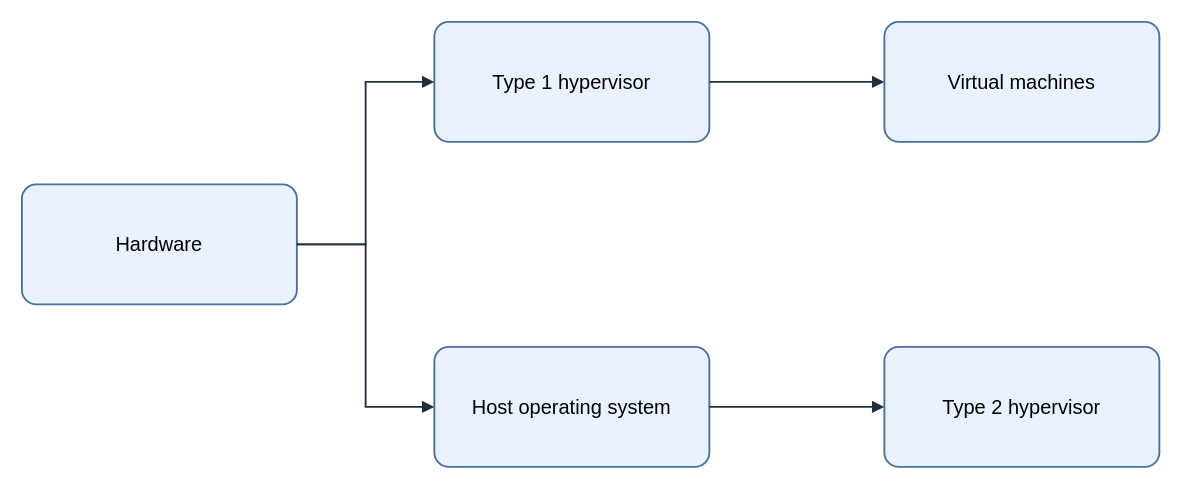
Before: assets/img/virtualization/type1-type2-hypervisor.drawio in KKamJi98/kkamji98.github.io, a draw.io diagram. Source tidied: cells renumbered, new cells numbered last; positions are measured from the earlier drawing's top-left corner, leaving out a move shared by most shapes. Both pictures are drawn from the tidied source at 125%, with x=0, y=0 at pixel (21, 21).
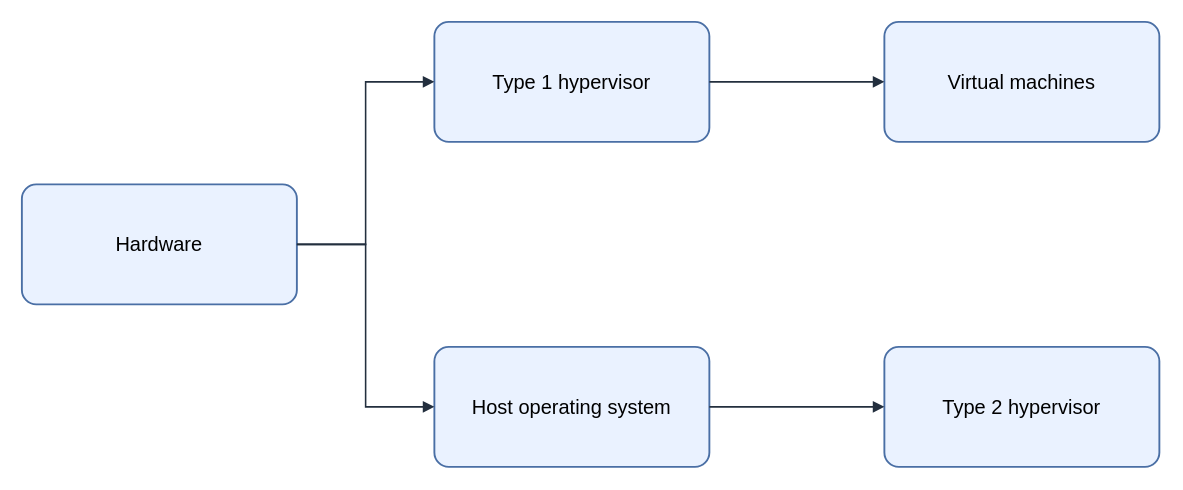
The same page after the edit.

Diff of the diagram source:
```diff
@@
 <mxGraphModel background="#FFFFFF">
   <root>
     <mxCell id="0" />
     <mxCell id="1" parent="0" />
-    <mxCell id="2" value="&lt;font style=&quot;color: rgb(0, 0, 0);&quot;&gt;Hardware&lt;/font&gt;" style="rounded=1;arcSize=12;whiteSpace=wrap;html=1;fillColor=#EAF2FF;strokeColor=#4A6FA5;strokeWidth=1.5;fontColor=#000000;fontSize=16;align=center;verticalAlign=middle;spacing=8;shadow=0;" parent="1" vertex="1">
+    <mxCell id="2" value="Hardware" style="rounded=1;arcSize=12;whiteSpace=wrap;html=0;fillColor=#EAF2FF;strokeColor=#4A6FA5;strokeWidth=1.5;fontColor=#000000;fontSize=16;align=center;verticalAlign=middle;spacing=8;shadow=0;" parent="1" vertex="1">
       <mxGeometry y="130" width="220" height="96" as="geometry" />
     </mxCell>
-    <mxCell id="3" value="&lt;font style=&quot;color: rgb(0, 0, 0);&quot;&gt;Type 1 hypervisor&lt;/font&gt;" style="rounded=1;arcSize=12;whiteSpace=wrap;html=1;fillColor=#EAF2FF;strokeColor=#4A6FA5;strokeWidth=1.5;fontColor=#000000;fontSize=16;align=center;verticalAlign=middle;spacing=8;shadow=0;" parent="1" vertex="1">
+    <mxCell id="3" value="Type 1 hypervisor" style="rounded=1;arcSize=12;whiteSpace=wrap;html=0;fillColor=#EAF2FF;strokeColor=#4A6FA5;strokeWidth=1.5;fontColor=#000000;fontSize=16;align=center;verticalAlign=middle;spacing=8;shadow=0;" parent="1" vertex="1">
       <mxGeometry x="330" width="220" height="96" as="geometry" />
     </mxCell>
-    <mxCell id="4" value="&lt;font style=&quot;color: rgb(0, 0, 0);&quot;&gt;Virtual machines&lt;/font&gt;" style="rounded=1;arcSize=12;whiteSpace=wrap;html=1;fillColor=#EAF2FF;strokeColor=#4A6FA5;strokeWidth=1.5;fontColor=#000000;fontSize=16;align=center;verticalAlign=middle;spacing=8;shadow=0;" parent="1" vertex="1">
+    <mxCell id="4" value="Virtual machines" style="rounded=1;arcSize=12;whiteSpace=wrap;html=0;fillColor=#EAF2FF;strokeColor=#4A6FA5;strokeWidth=1.5;fontColor=#000000;fontSize=16;align=center;verticalAlign=middle;spacing=8;shadow=0;" parent="1" vertex="1">
       <mxGeometry x="690" width="220" height="96" as="geometry" />
     </mxCell>
-    <mxCell id="5" value="&lt;font style=&quot;color: rgb(0, 0, 0);&quot;&gt;Host operating system&lt;/font&gt;" style="rounded=1;arcSize=12;whiteSpace=wrap;html=1;fillColor=#EAF2FF;strokeColor=#4A6FA5;strokeWidth=1.5;fontColor=#000000;fontSize=16;align=center;verticalAlign=middle;spacing=8;shadow=0;" parent="1" vertex="1">
+    <mxCell id="5" value="Host operating system" style="rounded=1;arcSize=12;whiteSpace=wrap;html=0;fillColor=#EAF2FF;strokeColor=#4A6FA5;strokeWidth=1.5;fontColor=#000000;fontSize=16;align=center;verticalAlign=middle;spacing=8;shadow=0;" parent="1" vertex="1">
       <mxGeometry x="330" y="260" width="220" height="96" as="geometry" />
     </mxCell>
-    <mxCell id="6" value="&lt;font style=&quot;color: rgb(0, 0, 0);&quot;&gt;Type 2 hypervisor&lt;/font&gt;" style="rounded=1;arcSize=12;whiteSpace=wrap;html=1;fillColor=#EAF2FF;strokeColor=#4A6FA5;strokeWidth=1.5;fontColor=#000000;fontSize=16;align=center;verticalAlign=middle;spacing=8;shadow=0;" parent="1" vertex="1">
+    <mxCell id="6" value="Type 2 hypervisor" style="rounded=1;arcSize=12;whiteSpace=wrap;html=0;fillColor=#EAF2FF;strokeColor=#4A6FA5;strokeWidth=1.5;fontColor=#000000;fontSize=16;align=center;verticalAlign=middle;spacing=8;shadow=0;" parent="1" vertex="1">
       <mxGeometry x="690" y="260" width="220" height="96" as="geometry" />
     </mxCell>
-    <mxCell id="7" style="edgeStyle=orthogonalEdgeStyle;rounded=0;jettySize=auto;html=1;endArrow=block;endFill=1;strokeColor=#232F3E;strokeWidth=1.5;fontColor=#000000;labelBackgroundColor=none;exitX=1;exitY=0.5;exitDx=0;exitDy=0;entryX=0;entryY=0.5;entryDx=0;entryDy=0;" parent="1" edge="1" source="2" target="3">
+    <mxCell id="7" style="edgeStyle=orthogonalEdgeStyle;rounded=0;jettySize=auto;html=0;endArrow=block;endFill=1;strokeColor=#232F3E;strokeWidth=1.25;fontColor=#000000;labelBackgroundColor=none;exitX=1;exitY=0.5;exitDx=0;exitDy=0;entryX=0;entryY=0.5;entryDx=0;entryDy=0;" parent="1" edge="1" source="2" target="3">
       <mxGeometry relative="1" as="geometry" />
     </mxCell>
-    <mxCell id="8" style="edgeStyle=orthogonalEdgeStyle;rounded=0;jettySize=auto;html=1;endArrow=block;endFill=1;strokeColor=#232F3E;strokeWidth=1.5;fontColor=#000000;labelBackgroundColor=none;exitX=1;exitY=0.5;exitDx=0;exitDy=0;entryX=0;entryY=0.5;entryDx=0;entryDy=0;" parent="1" edge="1" source="3" target="4">
+    <mxCell id="8" style="edgeStyle=orthogonalEdgeStyle;rounded=0;jettySize=auto;html=0;endArrow=block;endFill=1;strokeColor=#232F3E;strokeWidth=1.25;fontColor=#000000;labelBackgroundColor=none;exitX=1;exitY=0.5;exitDx=0;exitDy=0;entryX=0;entryY=0.5;entryDx=0;entryDy=0;" parent="1" edge="1" source="3" target="4">
       <mxGeometry relative="1" as="geometry" />
     </mxCell>
-    <mxCell id="9" style="edgeStyle=orthogonalEdgeStyle;rounded=0;jettySize=auto;html=1;endArrow=block;endFill=1;strokeColor=#232F3E;strokeWidth=1.5;fontColor=#000000;labelBackgroundColor=none;exitX=1;exitY=0.5;exitDx=0;exitDy=0;entryX=0;entryY=0.5;entryDx=0;entryDy=0;" parent="1" edge="1" source="2" target="5">
+    <mxCell id="9" style="edgeStyle=orthogonalEdgeStyle;rounded=0;jettySize=auto;html=0;endArrow=block;endFill=1;strokeColor=#232F3E;strokeWidth=1.25;fontColor=#000000;labelBackgroundColor=none;exitX=1;exitY=0.5;exitDx=0;exitDy=0;entryX=0;entryY=0.5;entryDx=0;entryDy=0;" parent="1" edge="1" source="2" target="5">
       <mxGeometry relative="1" as="geometry" />
     </mxCell>
-    <mxCell id="10" style="edgeStyle=orthogonalEdgeStyle;rounded=0;jettySize=auto;html=1;endArrow=block;endFill=1;strokeColor=#232F3E;strokeWidth=1.5;fontColor=#000000;labelBackgroundColor=none;exitX=1;exitY=0.5;exitDx=0;exitDy=0;entryX=0;entryY=0.5;entryDx=0;entryDy=0;" parent="1" edge="1" source="5" target="6">
+    <mxCell id="10" style="edgeStyle=orthogonalEdgeStyle;rounded=0;jettySize=auto;html=0;endArrow=block;endFill=1;strokeColor=#232F3E;strokeWidth=1.25;fontColor=#000000;labelBackgroundColor=none;exitX=1;exitY=0.5;exitDx=0;exitDy=0;entryX=0;entryY=0.5;entryDx=0;entryDy=0;" parent="1" edge="1" source="5" target="6">
       <mxGeometry relative="1" as="geometry" />
     </mxCell>
   </root>
 </mxGraphModel>
```
